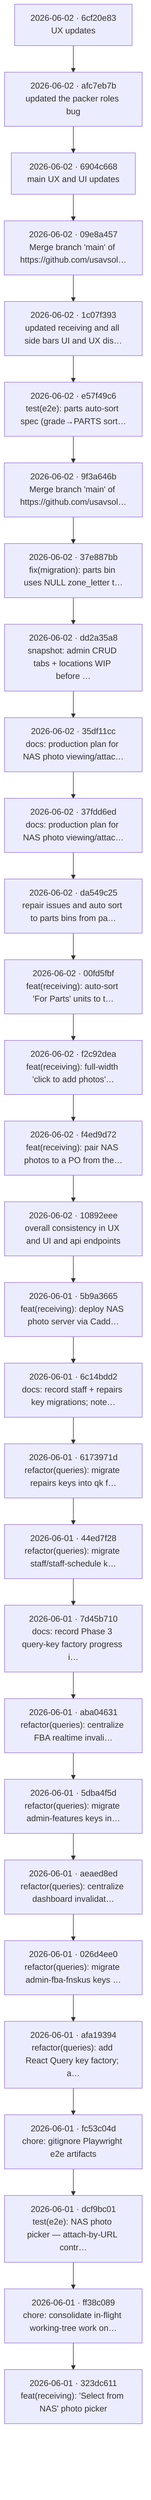
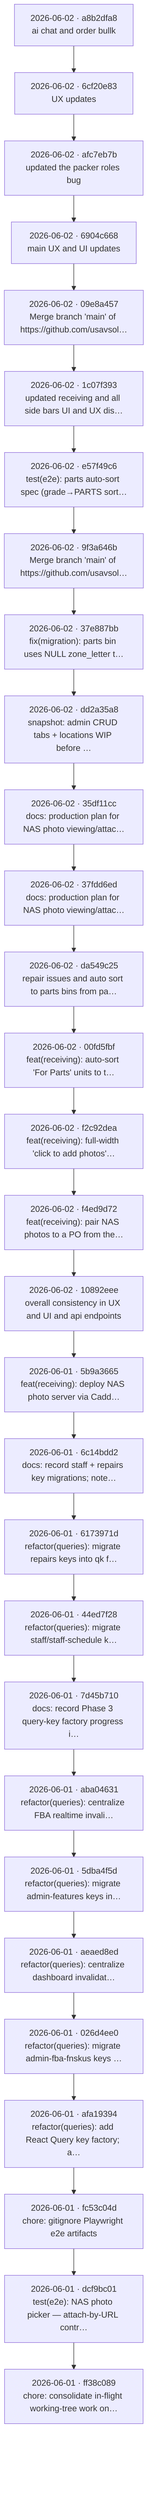
flowchart TB
-   c0["2026-06-02 · 6cf20e83<br/>UX updates"]
-   c1["2026-06-02 · afc7eb7b<br/>updated the packer roles bug"]
+   c0["2026-06-02 · a8b2dfa8<br/>ai chat and order bullk"]
+   c1["2026-06-02 · 6cf20e83<br/>UX updates"]
  c0 --> c1
-   c2["2026-06-02 · 6904c668<br/>main UX and UI updates"]
+   c2["2026-06-02 · afc7eb7b<br/>updated the packer roles bug"]
  c1 --> c2
-   c3["2026-06-02 · 09e8a457<br/>Merge branch 'main' of https://github.com/usavsol…"]
+   c3["2026-06-02 · 6904c668<br/>main UX and UI updates"]
  c2 --> c3
-   c4["2026-06-02 · 1c07f393<br/>updated receiving and all side bars UI and UX dis…"]
+   c4["2026-06-02 · 09e8a457<br/>Merge branch 'main' of https://github.com/usavsol…"]
  c3 --> c4
-   c5["2026-06-02 · e57f49c6<br/>test(e2e): parts auto-sort spec (grade→PARTS sort…"]
+   c5["2026-06-02 · 1c07f393<br/>updated receiving and all side bars UI and UX dis…"]
  c4 --> c5
-   c6["2026-06-02 · 9f3a646b<br/>Merge branch 'main' of https://github.com/usavsol…"]
+   c6["2026-06-02 · e57f49c6<br/>test(e2e): parts auto-sort spec (grade→PARTS sort…"]
  c5 --> c6
-   c7["2026-06-02 · 37e887bb<br/>fix(migration): parts bin uses NULL zone_letter t…"]
+   c7["2026-06-02 · 9f3a646b<br/>Merge branch 'main' of https://github.com/usavsol…"]
  c6 --> c7
-   c8["2026-06-02 · dd2a35a8<br/>snapshot: admin CRUD tabs + locations WIP before …"]
+   c8["2026-06-02 · 37e887bb<br/>fix(migration): parts bin uses NULL zone_letter t…"]
  c7 --> c8
-   c9["2026-06-02 · 35df11cc<br/>docs: production plan for NAS photo viewing/attac…"]
+   c9["2026-06-02 · dd2a35a8<br/>snapshot: admin CRUD tabs + locations WIP before …"]
  c8 --> c9
-   c10["2026-06-02 · 37fdd6ed<br/>docs: production plan for NAS photo viewing/attac…"]
+   c10["2026-06-02 · 35df11cc<br/>docs: production plan for NAS photo viewing/attac…"]
  c9 --> c10
-   c11["2026-06-02 · da549c25<br/>repair issues and auto sort to parts bins from pa…"]
+   c11["2026-06-02 · 37fdd6ed<br/>docs: production plan for NAS photo viewing/attac…"]
  c10 --> c11
-   c12["2026-06-02 · 00fd5fbf<br/>feat(receiving): auto-sort 'For Parts' units to t…"]
+   c12["2026-06-02 · da549c25<br/>repair issues and auto sort to parts bins from pa…"]
  c11 --> c12
-   c13["2026-06-02 · f2c92dea<br/>feat(receiving): full-width 'click to add photos'…"]
+   c13["2026-06-02 · 00fd5fbf<br/>feat(receiving): auto-sort 'For Parts' units to t…"]
  c12 --> c13
-   c14["2026-06-02 · f4ed9d72<br/>feat(receiving): pair NAS photos to a PO from the…"]
+   c14["2026-06-02 · f2c92dea<br/>feat(receiving): full-width 'click to add photos'…"]
  c13 --> c14
-   c15["2026-06-02 · 10892eee<br/>overall consistency in UX and UI and api endpoints"]
+   c15["2026-06-02 · f4ed9d72<br/>feat(receiving): pair NAS photos to a PO from the…"]
  c14 --> c15
-   c16["2026-06-01 · 5b9a3665<br/>feat(receiving): deploy NAS photo server via Cadd…"]
+   c16["2026-06-02 · 10892eee<br/>overall consistency in UX and UI and api endpoints"]
  c15 --> c16
-   c17["2026-06-01 · 6c14bdd2<br/>docs: record staff + repairs key migrations; note…"]
+   c17["2026-06-01 · 5b9a3665<br/>feat(receiving): deploy NAS photo server via Cadd…"]
  c16 --> c17
-   c18["2026-06-01 · 6173971d<br/>refactor(queries): migrate repairs keys into qk f…"]
+   c18["2026-06-01 · 6c14bdd2<br/>docs: record staff + repairs key migrations; note…"]
  c17 --> c18
-   c19["2026-06-01 · 44ed7f28<br/>refactor(queries): migrate staff/staff-schedule k…"]
+   c19["2026-06-01 · 6173971d<br/>refactor(queries): migrate repairs keys into qk f…"]
  c18 --> c19
-   c20["2026-06-01 · 7d45b710<br/>docs: record Phase 3 query-key factory progress i…"]
+   c20["2026-06-01 · 44ed7f28<br/>refactor(queries): migrate staff/staff-schedule k…"]
  c19 --> c20
-   c21["2026-06-01 · aba04631<br/>refactor(queries): centralize FBA realtime invali…"]
+   c21["2026-06-01 · 7d45b710<br/>docs: record Phase 3 query-key factory progress i…"]
  c20 --> c21
-   c22["2026-06-01 · 5dba4f5d<br/>refactor(queries): migrate admin-features keys in…"]
+   c22["2026-06-01 · aba04631<br/>refactor(queries): centralize FBA realtime invali…"]
  c21 --> c22
-   c23["2026-06-01 · aeaed8ed<br/>refactor(queries): centralize dashboard invalidat…"]
+   c23["2026-06-01 · 5dba4f5d<br/>refactor(queries): migrate admin-features keys in…"]
  c22 --> c23
-   c24["2026-06-01 · 026d4ee0<br/>refactor(queries): migrate admin-fba-fnskus keys …"]
+   c24["2026-06-01 · aeaed8ed<br/>refactor(queries): centralize dashboard invalidat…"]
  c23 --> c24
-   c25["2026-06-01 · afa19394<br/>refactor(queries): add React Query key factory; a…"]
+   c25["2026-06-01 · 026d4ee0<br/>refactor(queries): migrate admin-fba-fnskus keys …"]
  c24 --> c25
-   c26["2026-06-01 · fc53c04d<br/>chore: gitignore Playwright e2e artifacts"]
+   c26["2026-06-01 · afa19394<br/>refactor(queries): add React Query key factory; a…"]
  c25 --> c26
-   c27["2026-06-01 · dcf9bc01<br/>test(e2e): NAS photo picker — attach-by-URL contr…"]
+   c27["2026-06-01 · fc53c04d<br/>chore: gitignore Playwright e2e artifacts"]
  c26 --> c27
-   c28["2026-06-01 · ff38c089<br/>chore: consolidate in-flight working-tree work on…"]
+   c28["2026-06-01 · dcf9bc01<br/>test(e2e): NAS photo picker — attach-by-URL contr…"]
  c27 --> c28
-   c29["2026-06-01 · 323dc611<br/>feat(receiving): 'Select from NAS' photo picker"]
+   c29["2026-06-01 · ff38c089<br/>chore: consolidate in-flight working-tree work on…"]
  c28 --> c29